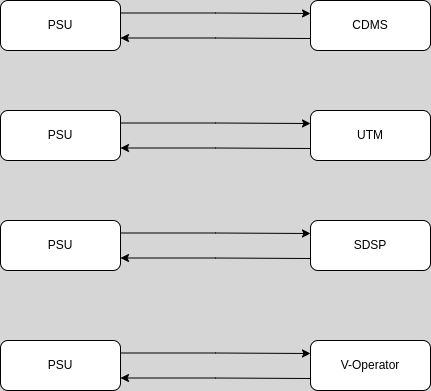
This is src/psu_iisc.drawio.png from Yashashav/CoffeeMachine, a draw.io export, as it was before one commit. Source tidied: cells renumbered, new cells last; positions are measured from the earlier drawing's top-left corner, leaving out a move shared by most shapes.
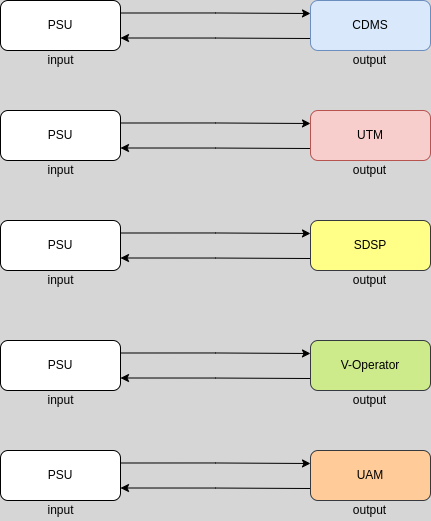
The same diagram one commit later.

The edit, as a diff of the source:
```diff
@@ -15,7 +15,7 @@
     <mxCell id="4" value="PSU" style="rounded=1;whiteSpace=wrap;html=1;" parent="1" vertex="1">
       <mxGeometry width="120" height="50" as="geometry" />
     </mxCell>
-    <mxCell id="5" value="CDMS" style="rounded=1;whiteSpace=wrap;html=1;" parent="1" vertex="1">
+    <mxCell id="5" value="CDMS" style="rounded=1;whiteSpace=wrap;html=1;fillColor=#dae8fc;strokeColor=#6c8ebf;" parent="1" vertex="1">
       <mxGeometry x="310" width="120" height="50" as="geometry" />
     </mxCell>
     <mxCell id="6" style="edgeStyle=orthogonalEdgeStyle;rounded=0;jettySize=auto;html=1;exitX=1;exitY=0.25;exitDx=0;exitDy=0;" parent="1" edge="1" source="8">
@@ -31,7 +31,7 @@
     <mxCell id="8" value="PSU" style="rounded=1;whiteSpace=wrap;html=1;" parent="1" vertex="1">
       <mxGeometry y="110" width="120" height="50" as="geometry" />
     </mxCell>
-    <mxCell id="9" value="UTM" style="rounded=1;whiteSpace=wrap;html=1;" parent="1" vertex="1">
+    <mxCell id="9" value="UTM" style="rounded=1;whiteSpace=wrap;html=1;fillColor=#f8cecc;strokeColor=#b85450;" parent="1" vertex="1">
       <mxGeometry x="310" y="110" width="120" height="50" as="geometry" />
     </mxCell>
     <mxCell id="10" style="edgeStyle=orthogonalEdgeStyle;rounded=0;jettySize=auto;html=1;exitX=1;exitY=0.25;exitDx=0;exitDy=0;" parent="1" edge="1" source="12">
@@ -47,7 +47,7 @@
     <mxCell id="12" value="PSU" style="rounded=1;whiteSpace=wrap;html=1;" parent="1" vertex="1">
       <mxGeometry y="220" width="120" height="50" as="geometry" />
     </mxCell>
-    <mxCell id="13" value="SDSP" style="rounded=1;whiteSpace=wrap;html=1;" parent="1" vertex="1">
+    <mxCell id="13" value="SDSP" style="rounded=1;whiteSpace=wrap;html=1;fillColor=#ffff88;strokeColor=#36393d;" parent="1" vertex="1">
       <mxGeometry x="310" y="220" width="120" height="50" as="geometry" />
     </mxCell>
     <mxCell id="14" style="edgeStyle=orthogonalEdgeStyle;rounded=0;jettySize=auto;html=1;exitX=1;exitY=0.25;exitDx=0;exitDy=0;" parent="1" edge="1" source="16">
@@ -63,8 +63,54 @@
     <mxCell id="16" value="PSU" style="rounded=1;whiteSpace=wrap;html=1;" parent="1" vertex="1">
       <mxGeometry y="340" width="120" height="50" as="geometry" />
     </mxCell>
-    <mxCell id="17" value="V-Operator" style="rounded=1;whiteSpace=wrap;html=1;" parent="1" vertex="1">
+    <mxCell id="17" value="V-Operator" style="rounded=1;whiteSpace=wrap;html=1;fillColor=#cdeb8b;strokeColor=#36393d;" parent="1" vertex="1">
       <mxGeometry x="310" y="340" width="120" height="50" as="geometry" />
     </mxCell>
+    <mxCell id="18" style="edgeStyle=orthogonalEdgeStyle;rounded=0;jettySize=auto;html=1;exitX=1;exitY=0.25;exitDx=0;exitDy=0;" parent="1" edge="1" source="20">
+      <mxGeometry relative="1" as="geometry">
+        <mxPoint x="310" y="463" as="targetPoint" />
+      </mxGeometry>
+    </mxCell>
+    <mxCell id="19" style="edgeStyle=orthogonalEdgeStyle;rounded=0;jettySize=auto;html=1;exitX=1;exitY=0.75;exitDx=0;exitDy=0;startArrow=classic;startFill=1;endArrow=none;endFill=0;" parent="1" edge="1" source="20">
+      <mxGeometry relative="1" as="geometry">
+        <mxPoint x="310" y="488" as="targetPoint" />
+      </mxGeometry>
+    </mxCell>
+    <mxCell id="20" value="PSU" style="rounded=1;whiteSpace=wrap;html=1;" parent="1" vertex="1">
+      <mxGeometry y="450" width="120" height="50" as="geometry" />
+    </mxCell>
+    <mxCell id="21" value="UAM" style="rounded=1;whiteSpace=wrap;html=1;fillColor=#ffcc99;strokeColor=#36393d;" parent="1" vertex="1">
+      <mxGeometry x="310" y="450" width="120" height="50" as="geometry" />
+    </mxCell>
+    <mxCell id="22" value="input" style="text;html=1;align=center;verticalAlign=middle;strokeColor=none;fillColor=none;" parent="1" vertex="1">
+      <mxGeometry x="40" y="50" width="40" height="20" as="geometry" />
+    </mxCell>
+    <mxCell id="23" value="output" style="text;html=1;align=center;verticalAlign=middle;strokeColor=none;fillColor=none;" parent="1" vertex="1">
+      <mxGeometry x="344" y="50" width="50" height="20" as="geometry" />
+    </mxCell>
+    <mxCell id="24" value="input" style="text;html=1;align=center;verticalAlign=middle;strokeColor=none;fillColor=none;" parent="1" vertex="1">
+      <mxGeometry x="40" y="160" width="40" height="20" as="geometry" />
+    </mxCell>
+    <mxCell id="25" value="output" style="text;html=1;align=center;verticalAlign=middle;strokeColor=none;fillColor=none;" parent="1" vertex="1">
+      <mxGeometry x="344" y="160" width="50" height="20" as="geometry" />
+    </mxCell>
+    <mxCell id="26" value="input" style="text;html=1;align=center;verticalAlign=middle;strokeColor=none;fillColor=none;" parent="1" vertex="1">
+      <mxGeometry x="40" y="270" width="40" height="20" as="geometry" />
+    </mxCell>
+    <mxCell id="27" value="output" style="text;html=1;align=center;verticalAlign=middle;strokeColor=none;fillColor=none;" parent="1" vertex="1">
+      <mxGeometry x="344" y="270" width="50" height="20" as="geometry" />
+    </mxCell>
+    <mxCell id="28" value="input" style="text;html=1;align=center;verticalAlign=middle;strokeColor=none;fillColor=none;" parent="1" vertex="1">
+      <mxGeometry x="40" y="390" width="40" height="20" as="geometry" />
+    </mxCell>
+    <mxCell id="29" value="output" style="text;html=1;align=center;verticalAlign=middle;strokeColor=none;fillColor=none;" parent="1" vertex="1">
+      <mxGeometry x="344" y="390" width="50" height="20" as="geometry" />
+    </mxCell>
+    <mxCell id="30" value="input" style="text;html=1;align=center;verticalAlign=middle;strokeColor=none;fillColor=none;" parent="1" vertex="1">
+      <mxGeometry x="40" y="500" width="40" height="20" as="geometry" />
+    </mxCell>
+    <mxCell id="31" value="output" style="text;html=1;align=center;verticalAlign=middle;strokeColor=none;fillColor=none;" parent="1" vertex="1">
+      <mxGeometry x="344" y="500" width="50" height="20" as="geometry" />
+    </mxCell>
   </root>
 </mxGraphModel>
```
